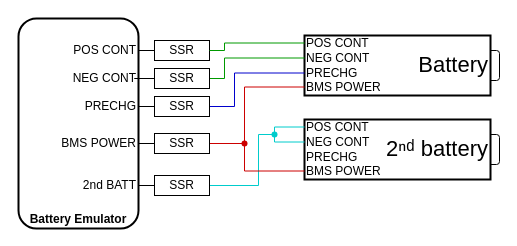
This is be_battery_2x_gpio.drawio from nagyrobi/files, a draw.io file, before an edit. Source tidied: cells renumbered, new cells numbered last; positions are measured from the earlier drawing's top-left corner, leaving out a move shared by most shapes. Both pictures are drawn from the tidied source at 100%, with x=0, y=0 at pixel (18, 18).
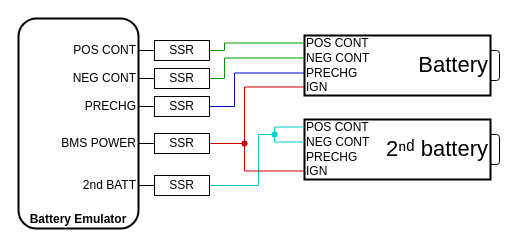
The same diagram, later.

The change refers to these unchanged cells:
```xml
<mxCell id="10" value="NEG CONT" style="text;html=1;whiteSpace=wrap;strokeColor=none;fillColor=none;align=right;verticalAlign=middle;rounded=0;" parent="1" vertex="1">
  <mxGeometry x="45" y="45" width="75" height="30" as="geometry" />
</mxCell>
<mxCell id="13" value="SSR" style="rounded=0;whiteSpace=wrap;html=1;" parent="1" vertex="1">
  <mxGeometry x="136" y="50" width="55" height="20" as="geometry" />
</mxCell>
```

Diff of the diagram source:
```diff
@@
-    <mxCell id="11" style="edgeStyle=orthogonalEdgeStyle;rounded=0;jettySize=auto;html=1;endArrow=none;endFill=0;" parent="1" edge="1" source="13" target="10">
-      <mxGeometry relative="1" as="geometry" />
+    <mxCell id="11" style="edgeStyle=orthogonalEdgeStyle;rounded=0;jettySize=auto;html=1;endArrow=none;endFill=0;entryX=1;entryY=0.5;entryDx=0;entryDy=0;" parent="1" edge="1" source="13" target="10">
+      <mxGeometry relative="1" as="geometry">
+        <Array as="points">
+          <mxPoint x="130" y="60" />
+          <mxPoint x="130" y="60" />
+        </Array>
+      </mxGeometry>
     </mxCell>
@@
-    <mxCell id="30" value="BMS POWER" style="text;html=1;whiteSpace=wrap;strokeColor=none;fillColor=none;align=left;verticalAlign=middle;rounded=0;" parent="1" vertex="1">
+    <mxCell id="30" value="IGN" style="text;html=1;whiteSpace=wrap;strokeColor=none;fillColor=none;align=left;verticalAlign=middle;rounded=0;" parent="1" vertex="1">
       <mxGeometry x="286" y="61" width="90" height="15" as="geometry" />
     </mxCell>
@@
-    <mxCell id="36" value="BMS POWER" style="text;html=1;whiteSpace=wrap;strokeColor=none;fillColor=none;align=left;verticalAlign=middle;rounded=0;" parent="1" vertex="1">
+    <mxCell id="36" value="IGN" style="text;html=1;whiteSpace=wrap;strokeColor=none;fillColor=none;align=left;verticalAlign=middle;rounded=0;" parent="1" vertex="1">
       <mxGeometry x="286" y="145" width="90" height="15" as="geometry" />
     </mxCell>
```
